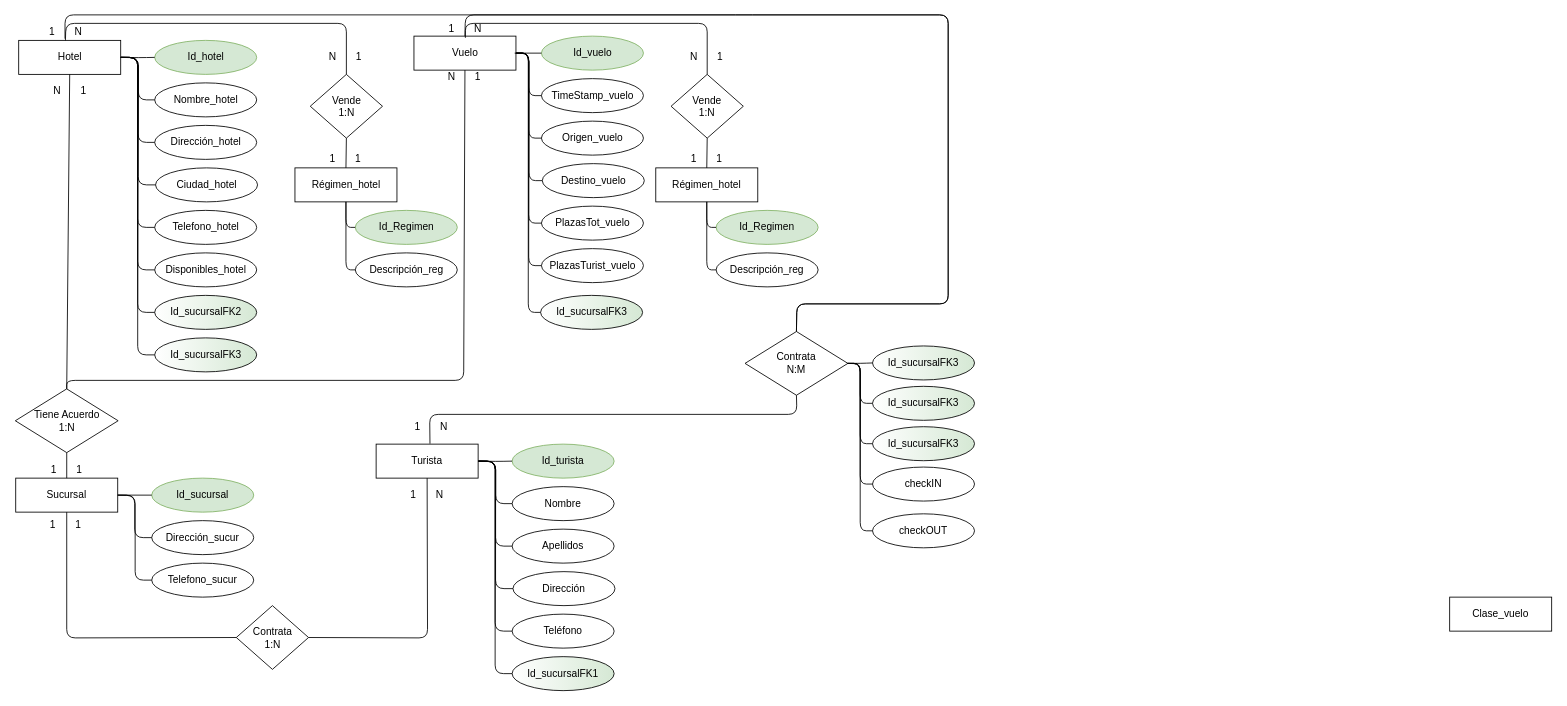
This is BBDD/TAREAS/TAREA 4/Tarea 4 .drawio from blascojavi/2019daw1, a draw.io file, before an edit. Source tidied: cells renumbered, new cells numbered last; positions are measured from the earlier drawing's top-left corner, leaving out a move shared by most shapes. Both pictures are drawn from the tidied source at 85%, with x=0, y=0 at pixel (14, 14).
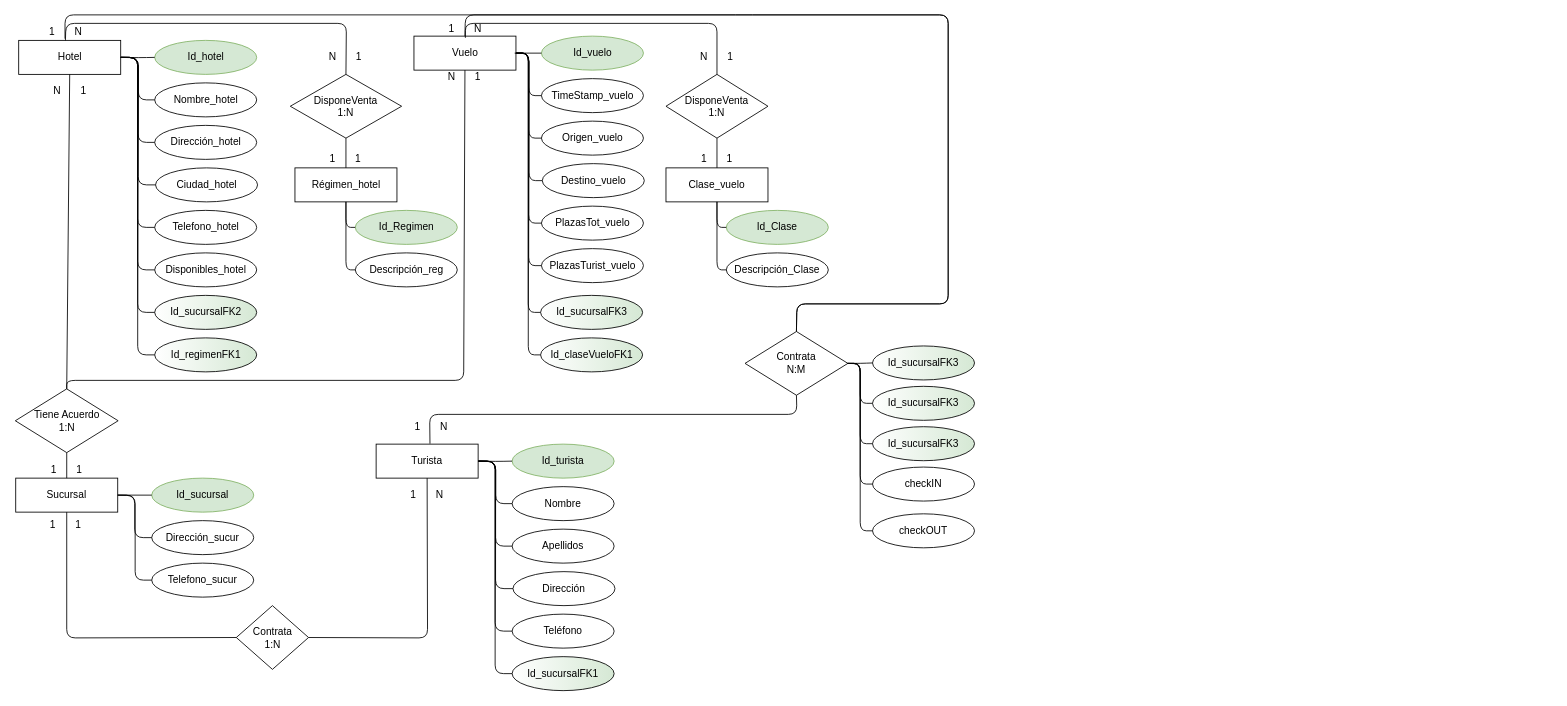
The same diagram, later.

Commit message:
Update Tarea 4 Terminada  .drawio

The change refers to these unchanged cells:
```xml
<mxCell id="24" value="Vuelo" style="rounded=0;whiteSpace=wrap;html=1;" parent="1" vertex="1">
  <mxGeometry x="469.5" y="25" width="120" height="40" as="geometry" />
</mxCell>
<mxCell id="68" value="1&amp;nbsp; &amp;nbsp; &amp;nbsp; &amp;nbsp;N" style="text;html=1;strokeColor=none;fillColor=none;align=center;verticalAlign=middle;whiteSpace=wrap;rounded=0;" parent="1" vertex="1">
  <mxGeometry x="490" y="7" width="80" height="20" as="geometry" />
</mxCell>
```

Change to the diagram source:
```diff
@@
-    <mxCell id="4" value="Clase_vuelo" style="rounded=0;whiteSpace=wrap;html=1;" parent="1" vertex="1">
-      <mxGeometry x="1688" y="685" width="120" height="40" as="geometry" />
-    </mxCell>
@@
-    <mxCell id="84" value="Vende&lt;br&gt;1:N" style="rhombus;whiteSpace=wrap;html=1;" parent="1" vertex="1">
-      <mxGeometry x="347.5" y="70" width="85" height="75" as="geometry" />
+    <mxCell id="84" value="DisponeVenta&lt;br&gt;1:N" style="rhombus;whiteSpace=wrap;html=1;" parent="1" vertex="1">
+      <mxGeometry x="324" y="70" width="131" height="75" as="geometry" />
     </mxCell>
@@
-    <mxCell id="89" value="Id_sucursalFK3" style="ellipse;whiteSpace=wrap;html=1;fillColor=#D5E8D4;strokeColor=#000000;gradientDirection=west;gradientColor=#ffffff;" parent="1" vertex="1">
+    <mxCell id="89" value="Id_regimenFK1" style="ellipse;whiteSpace=wrap;html=1;fillColor=#D5E8D4;strokeColor=#000000;gradientDirection=west;gradientColor=#ffffff;" parent="1" vertex="1">
       <mxGeometry x="164.5" y="380" width="120" height="40" as="geometry" />
     </mxCell>
@@
-    <mxCell id="91" value="Régimen_hotel" style="rounded=0;whiteSpace=wrap;html=1;" parent="1" vertex="1">
-      <mxGeometry x="754" y="180" width="120" height="40" as="geometry" />
+    <mxCell id="91" value="Clase_vuelo" style="rounded=0;whiteSpace=wrap;html=1;" parent="1" vertex="1">
+      <mxGeometry x="766" y="180" width="120" height="40" as="geometry" />
     </mxCell>
-    <mxCell id="92" value="Descripción_reg" style="ellipse;whiteSpace=wrap;html=1;" parent="1" vertex="1">
-      <mxGeometry x="825" y="280" width="120" height="40" as="geometry" />
+    <mxCell id="92" value="Descripción_Clase" style="ellipse;whiteSpace=wrap;html=1;" parent="1" vertex="1">
+      <mxGeometry x="837" y="280" width="120" height="40" as="geometry" />
     </mxCell>
-    <mxCell id="93" value="Id_Regimen" style="ellipse;whiteSpace=wrap;html=1;fillColor=#d5e8d4;strokeColor=#82b366;" parent="1" vertex="1">
-      <mxGeometry x="825" y="230" width="120" height="40" as="geometry" />
+    <mxCell id="93" value="Id_Clase" style="ellipse;whiteSpace=wrap;html=1;fillColor=#d5e8d4;strokeColor=#82b366;" parent="1" vertex="1">
+      <mxGeometry x="837" y="230" width="120" height="40" as="geometry" />
     </mxCell>
@@
-    <mxCell id="96" value="Vende&lt;br&gt;1:N" style="rhombus;whiteSpace=wrap;html=1;" parent="1" vertex="1">
-      <mxGeometry x="772" y="70" width="85" height="75" as="geometry" />
+    <mxCell id="96" value="DisponeVenta&lt;br&gt;1:N" style="rhombus;whiteSpace=wrap;html=1;" parent="1" vertex="1">
+      <mxGeometry x="766" y="70" width="120" height="75" as="geometry" />
     </mxCell>
@@
     <mxCell id="98" style="endArrow=none;html=1;exitX=0.5;exitY=0;exitDx=0;exitDy=0;entryX=0.5;entryY=1;entryDx=0;entryDy=0;" parent="1" edge="1" source="96" target="68">
       <mxGeometry relative="1" as="geometry">
         <Array as="points">
-          <mxPoint x="814.5" y="10" />
+          <mxPoint x="826" y="10" />
           <mxPoint x="530" y="10" />
         </Array>
       </mxGeometry>
     </mxCell>
     <mxCell id="99" value="1&amp;nbsp; &amp;nbsp; &amp;nbsp; &amp;nbsp;1" style="text;html=1;strokeColor=none;fillColor=none;align=center;verticalAlign=middle;whiteSpace=wrap;rounded=0;" parent="1" vertex="1">
-      <mxGeometry x="773.5" y="160" width="80" height="20" as="geometry" />
+      <mxGeometry x="785.5" y="160" width="80" height="20" as="geometry" />
     </mxCell>
     <mxCell id="100" value="N&amp;nbsp; &amp;nbsp; &amp;nbsp; &amp;nbsp;1" style="text;html=1;strokeColor=none;fillColor=none;align=center;verticalAlign=middle;whiteSpace=wrap;rounded=0;" parent="1" vertex="1">
-      <mxGeometry x="773.5" y="40" width="80" height="20" as="geometry" />
+      <mxGeometry x="785.5" y="40" width="80" height="20" as="geometry" />
     </mxCell>
@@
+    <mxCell id="104" value="Id_claseVueloFK1" style="ellipse;whiteSpace=wrap;html=1;fillColor=#D5E8D4;strokeColor=#000000;gradientDirection=west;gradientColor=#ffffff;" parent="1" vertex="1">
+      <mxGeometry x="618.5" y="380" width="120" height="40" as="geometry" />
+    </mxCell>
+    <mxCell id="105" style="endArrow=none;html=1;edgeStyle=orthogonalEdgeStyle;entryX=0;entryY=0.5;entryDx=0;entryDy=0;exitX=1;exitY=0.5;exitDx=0;exitDy=0;" parent="1" edge="1" source="24" target="104">
+      <mxGeometry relative="1" as="geometry" />
+    </mxCell>
```
